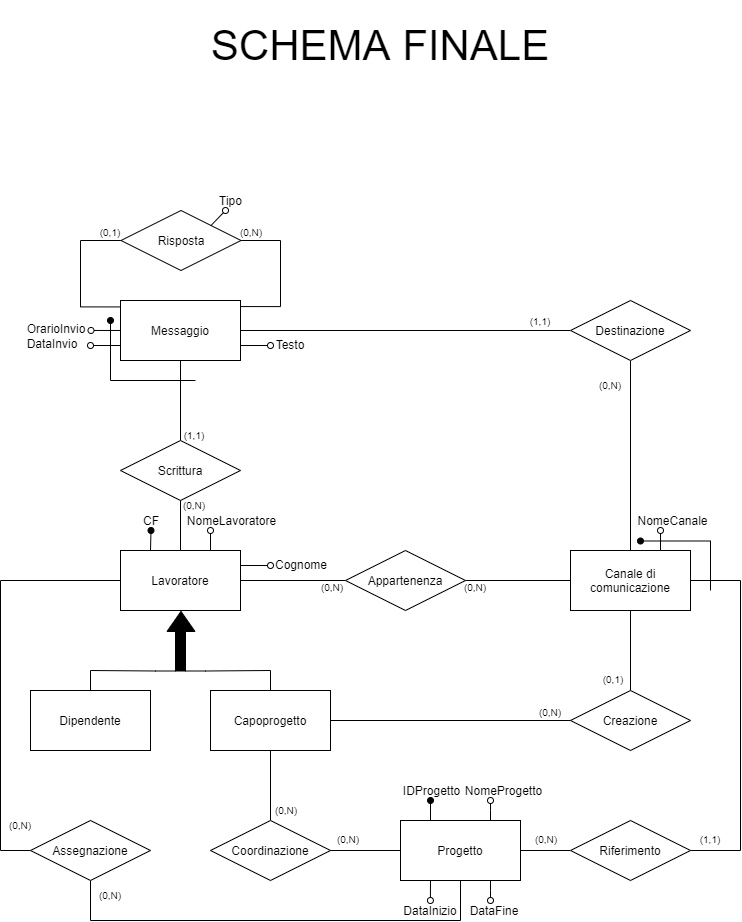
martafra/BD-Chat-Multicanale keeps this draw.io diagram as Relazione/Schema ER/schema-finale.png. Above is the earlier version. Source tidied: cells renumbered, new cells last; positions are measured from the earlier drawing's top-left corner, leaving out a move shared by most shapes.
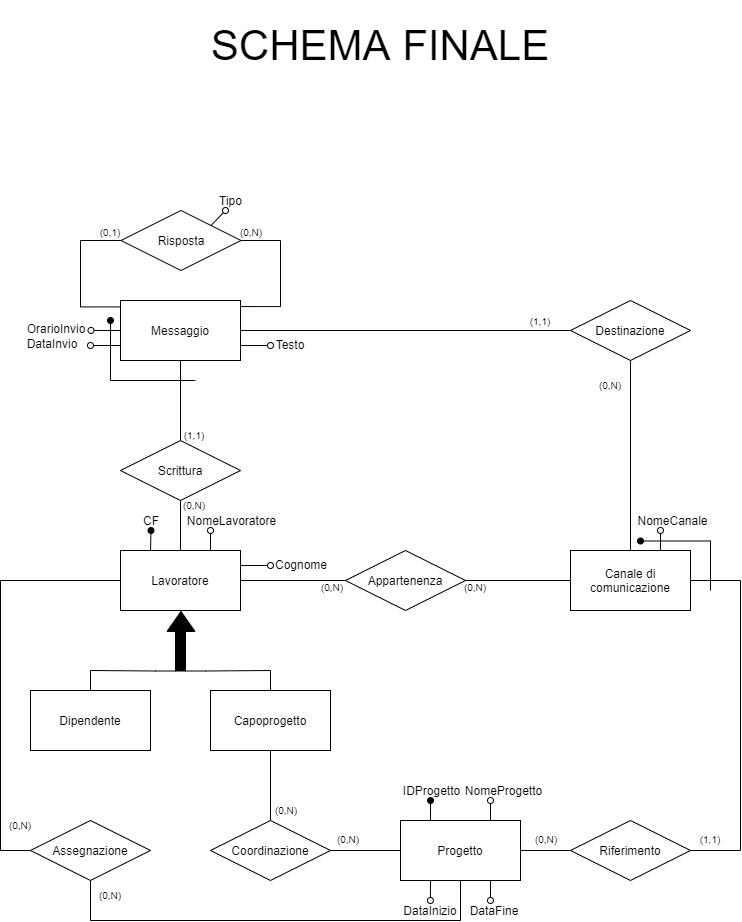
The same diagram one commit later.

Commit message:
rimozione dalla progettazione della relazione "creazione" relativa ai canali di comunicazione

The edit, as a diff of the source:
```diff
@@ -8,12 +8,6 @@
     <mxCell id="3" style="edgeStyle=orthogonalEdgeStyle;rounded=0;jettySize=auto;html=1;entryX=0;entryY=0.5;entryDx=0;entryDy=0;endArrow=none;endFill=0;exitX=1;exitY=0.5;exitDx=0;exitDy=0;" parent="1" edge="1" source="24" target="16">
       <mxGeometry relative="1" as="geometry" />
     </mxCell>
-    <mxCell id="4" style="edgeStyle=orthogonalEdgeStyle;rounded=0;jettySize=auto;html=1;exitX=0.5;exitY=0;exitDx=0;exitDy=0;entryX=0.5;entryY=1;entryDx=0;entryDy=0;endArrow=none;endFill=0;" parent="1" edge="1" source="5" target="7">
-      <mxGeometry relative="1" as="geometry" />
-    </mxCell>
-    <mxCell id="5" value="Creazione" style="shape=rhombus;perimeter=rhombusPerimeter;whiteSpace=wrap;html=1;align=center;" parent="1" vertex="1">
-      <mxGeometry x="570" y="690" width="120" height="60" as="geometry" />
-    </mxCell>
     <mxCell id="6" style="edgeStyle=orthogonalEdgeStyle;rounded=0;jettySize=auto;html=1;exitX=0.75;exitY=0;exitDx=0;exitDy=0;endArrow=oval;endFill=0;" parent="1" edge="1" source="7">
       <mxGeometry relative="1" as="geometry">
         <mxPoint x="660" y="530" as="targetPoint" />
@@ -117,9 +111,6 @@
     <mxCell id="29" value="Dipendente" style="rounded=0;whiteSpace=wrap;html=1;" parent="1" vertex="1">
       <mxGeometry x="30" y="690" width="120" height="60" as="geometry" />
     </mxCell>
-    <mxCell id="30" style="edgeStyle=orthogonalEdgeStyle;rounded=0;jettySize=auto;html=1;exitX=1;exitY=0.5;exitDx=0;exitDy=0;entryX=0;entryY=0.5;entryDx=0;entryDy=0;endArrow=none;endFill=0;" parent="1" edge="1" source="32" target="5">
-      <mxGeometry relative="1" as="geometry" />
-    </mxCell>
     <mxCell id="31" style="edgeStyle=orthogonalEdgeStyle;rounded=0;jettySize=auto;html=1;exitX=0.5;exitY=1;exitDx=0;exitDy=0;entryX=0.5;entryY=0;entryDx=0;entryDy=0;endArrow=none;endFill=0;" parent="1" edge="1" source="32" target="40">
       <mxGeometry relative="1" as="geometry" />
     </mxCell>
@@ -270,12 +261,6 @@
     <mxCell id="66" value="(0,N)" style="text;html=1;strokeColor=none;fillColor=none;align=center;verticalAlign=middle;whiteSpace=wrap;rounded=0;fontSize=10;" parent="1" vertex="1">
       <mxGeometry x="465" y="582" width="20" height="10" as="geometry" />
     </mxCell>
-    <mxCell id="67" value="(0,N)" style="text;html=1;strokeColor=none;fillColor=none;align=center;verticalAlign=middle;whiteSpace=wrap;rounded=0;fontSize=10;" parent="1" vertex="1">
-      <mxGeometry x="540" y="707" width="20" height="10" as="geometry" />
-    </mxCell>
-    <mxCell id="68" value="(0,1)" style="text;html=1;strokeColor=none;fillColor=none;align=center;verticalAlign=middle;whiteSpace=wrap;rounded=0;fontSize=10;" parent="1" vertex="1">
-      <mxGeometry x="603" y="674" width="20" height="10" as="geometry" />
-    </mxCell>
     <mxCell id="69" value="(0,N)" style="text;html=1;strokeColor=none;fillColor=none;align=center;verticalAlign=middle;whiteSpace=wrap;rounded=0;fontSize=10;" parent="1" vertex="1">
       <mxGeometry x="100" y="890" width="20" height="10" as="geometry" />
     </mxCell>
```
